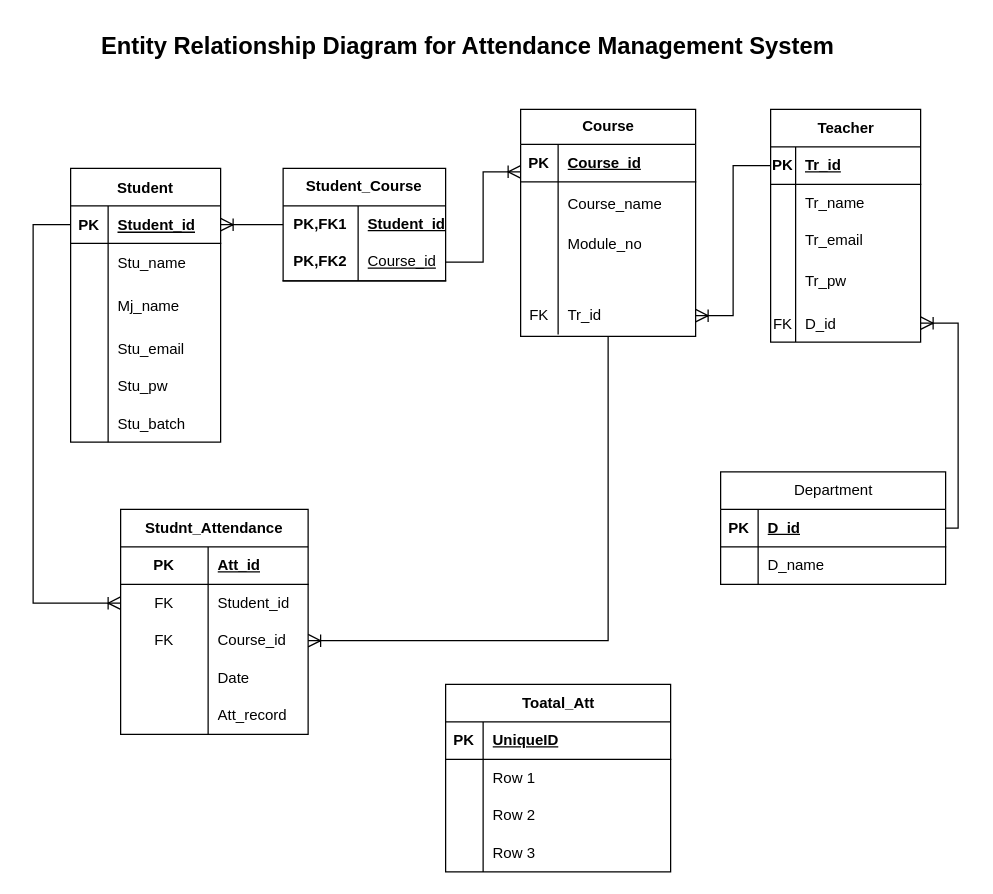
The draw.io diagram ER.drawio in KhunMaungNgwee/InternShipProject, before the edit. Source tidied: cells renumbered, new cells numbered last; positions are measured from the earlier drawing's top-left corner, leaving out a move shared by most shapes. Both pictures are drawn from the tidied source at 125%, with x=0, y=0 at pixel (32, 21).
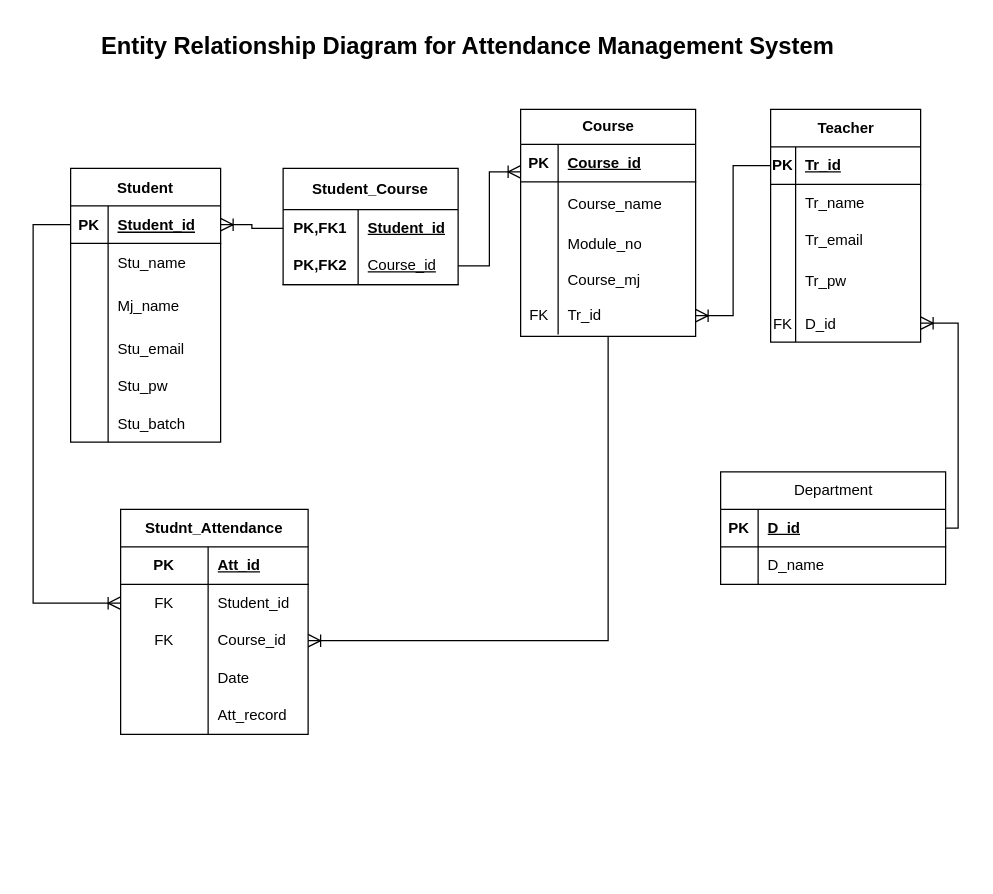
After the change.

The change refers to these unchanged cells:
```xml
<mxCell id="31" style="shape=tableRow;horizontal=0;startSize=0;swimlaneHead=0;swimlaneBody=0;fillColor=none;top=0;left=0;right=0;bottom=0;" parent="21" vertex="1">
  <mxGeometry y="123" width="140" height="27" as="geometry" />
</mxCell>
```

The edit, as a diff of the source:
```diff
@@
-    <mxCell id="33" style="shape=partialRectangle;fillColor=none;top=0;left=0;bottom=0;right=0;align=left;spacingLeft=6;overflow=hidden;whiteSpace=wrap;html=1;" parent="31" vertex="1">
+    <mxCell id="33" value="Course_mj" style="shape=partialRectangle;fillColor=none;top=0;left=0;bottom=0;right=0;align=left;spacingLeft=6;overflow=hidden;whiteSpace=wrap;html=1;" parent="31" vertex="1">
       <mxGeometry x="30" width="110" height="27" as="geometry" />
     </mxCell>
@@
-    <mxCell id="71" value="Student_Course" style="shape=table;startSize=30;childLayout=tableLayout;rowLines=0;fontStyle=1;align=center;html=1;whiteSpace=wrap;" parent="1" vertex="1">
-      <mxGeometry x="200" y="117.2" width="130" height="90" as="geometry" />
+    <mxCell id="71" value="Student_Course" style="shape=table;startSize=33;childLayout=tableLayout;rowLines=0;fontStyle=1;align=center;html=1;whiteSpace=wrap;" parent="1" vertex="1">
+      <mxGeometry x="200" y="117.2" width="140" height="93" as="geometry" />
     </mxCell>
     <mxCell id="72" style="shape=tableRow;horizontal=0;startSize=0;swimlaneHead=0;swimlaneBody=0;fillColor=none;points=[[0,0.5],[1,0.5]];portConstraint=eastwest;top=0;left=0;right=0;bottom=0;html=1;" parent="71" vertex="1">
-      <mxGeometry y="30" width="130" height="30" as="geometry" />
+      <mxGeometry y="33" width="140" height="30" as="geometry" />
     </mxCell>
@@
     <mxCell id="74" value="Student_id" style="shape=partialRectangle;fillColor=none;top=0;left=0;bottom=0;right=0;align=left;spacingLeft=6;fontStyle=5;overflow=hidden;html=1;whiteSpace=wrap;" parent="72" vertex="1">
-      <mxGeometry x="60" width="70" height="30" as="geometry" />
+      <mxGeometry x="60" width="80" height="30" as="geometry" />
     </mxCell>
     <mxCell id="75" style="shape=tableRow;horizontal=0;startSize=0;swimlaneHead=0;swimlaneBody=0;fillColor=none;points=[[0,0.5],[1,0.5]];portConstraint=eastwest;top=0;left=0;right=0;bottom=1;html=1;" parent="71" vertex="1">
-      <mxGeometry y="60" width="130" height="30" as="geometry" />
+      <mxGeometry y="63" width="140" height="30" as="geometry" />
     </mxCell>
@@
     <mxCell id="77" value="&lt;span style=&quot;font-weight: 400; text-wrap: nowrap;&quot;&gt;Course_id&lt;/span&gt;" style="shape=partialRectangle;fillColor=none;top=0;left=0;bottom=0;right=0;align=left;spacingLeft=6;fontStyle=5;overflow=hidden;html=1;whiteSpace=wrap;" parent="75" vertex="1">
-      <mxGeometry x="60" width="70" height="30" as="geometry" />
+      <mxGeometry x="60" width="80" height="30" as="geometry" />
     </mxCell>
@@
-    <mxCell id="90" value="Toatal_Att" style="shape=table;startSize=30;childLayout=tableLayout;rowLines=0;fontStyle=1;align=center;html=1;" parent="1" vertex="1">
-      <mxGeometry x="330" y="530" width="180" height="150" as="geometry" />
-    </mxCell>
-    <mxCell id="91" style="shape=tableRow;horizontal=0;startSize=0;swimlaneHead=0;swimlaneBody=0;fillColor=none;top=0;left=0;right=0;bottom=1;" parent="90" vertex="1">
-      <mxGeometry y="30" width="180" height="30" as="geometry" />
-    </mxCell>
-    <mxCell id="92" value="PK" style="shape=partialRectangle;fillColor=none;top=0;left=0;bottom=0;right=0;fontStyle=1;overflow=hidden;whiteSpace=wrap;html=1;" parent="91" vertex="1">
-      <mxGeometry width="30" height="30" as="geometry" />
-    </mxCell>
-    <mxCell id="93" value="UniqueID" style="shape=partialRectangle;fillColor=none;top=0;left=0;bottom=0;right=0;align=left;spacingLeft=6;fontStyle=5;overflow=hidden;whiteSpace=wrap;html=1;" parent="91" vertex="1">
-      <mxGeometry x="30" width="150" height="30" as="geometry" />
-    </mxCell>
-    <mxCell id="94" style="shape=tableRow;horizontal=0;startSize=0;swimlaneHead=0;swimlaneBody=0;fillColor=none;top=0;left=0;right=0;bottom=0;" parent="90" vertex="1">
-      <mxGeometry y="60" width="180" height="30" as="geometry" />
-    </mxCell>
-    <mxCell id="95" style="shape=partialRectangle;fillColor=none;top=0;left=0;bottom=0;right=0;overflow=hidden;whiteSpace=wrap;html=1;" parent="94" vertex="1">
-      <mxGeometry width="30" height="30" as="geometry" />
-    </mxCell>
-    <mxCell id="96" value="Row 1" style="shape=partialRectangle;fillColor=none;top=0;left=0;bottom=0;right=0;align=left;spacingLeft=6;overflow=hidden;whiteSpace=wrap;html=1;" parent="94" vertex="1">
-      <mxGeometry x="30" width="150" height="30" as="geometry" />
-    </mxCell>
-    <mxCell id="97" style="shape=tableRow;horizontal=0;startSize=0;swimlaneHead=0;swimlaneBody=0;fillColor=none;top=0;left=0;right=0;bottom=0;" parent="90" vertex="1">
-      <mxGeometry y="90" width="180" height="30" as="geometry" />
-    </mxCell>
-    <mxCell id="98" style="shape=partialRectangle;fillColor=none;top=0;left=0;bottom=0;right=0;overflow=hidden;whiteSpace=wrap;html=1;" parent="97" vertex="1">
-      <mxGeometry width="30" height="30" as="geometry" />
-    </mxCell>
-    <mxCell id="99" value="Row 2" style="shape=partialRectangle;fillColor=none;top=0;left=0;bottom=0;right=0;align=left;spacingLeft=6;overflow=hidden;whiteSpace=wrap;html=1;" parent="97" vertex="1">
-      <mxGeometry x="30" width="150" height="30" as="geometry" />
-    </mxCell>
-    <mxCell id="100" style="shape=tableRow;horizontal=0;startSize=0;swimlaneHead=0;swimlaneBody=0;fillColor=none;top=0;left=0;right=0;bottom=0;" parent="90" vertex="1">
-      <mxGeometry y="120" width="180" height="30" as="geometry" />
-    </mxCell>
-    <mxCell id="101" style="shape=partialRectangle;fillColor=none;top=0;left=0;bottom=0;right=0;overflow=hidden;whiteSpace=wrap;html=1;" parent="100" vertex="1">
-      <mxGeometry width="30" height="30" as="geometry" />
-    </mxCell>
-    <mxCell id="102" value="Row 3" style="shape=partialRectangle;fillColor=none;top=0;left=0;bottom=0;right=0;align=left;spacingLeft=6;overflow=hidden;whiteSpace=wrap;html=1;" parent="100" vertex="1">
-      <mxGeometry x="30" width="150" height="30" as="geometry" />
-    </mxCell>
```
